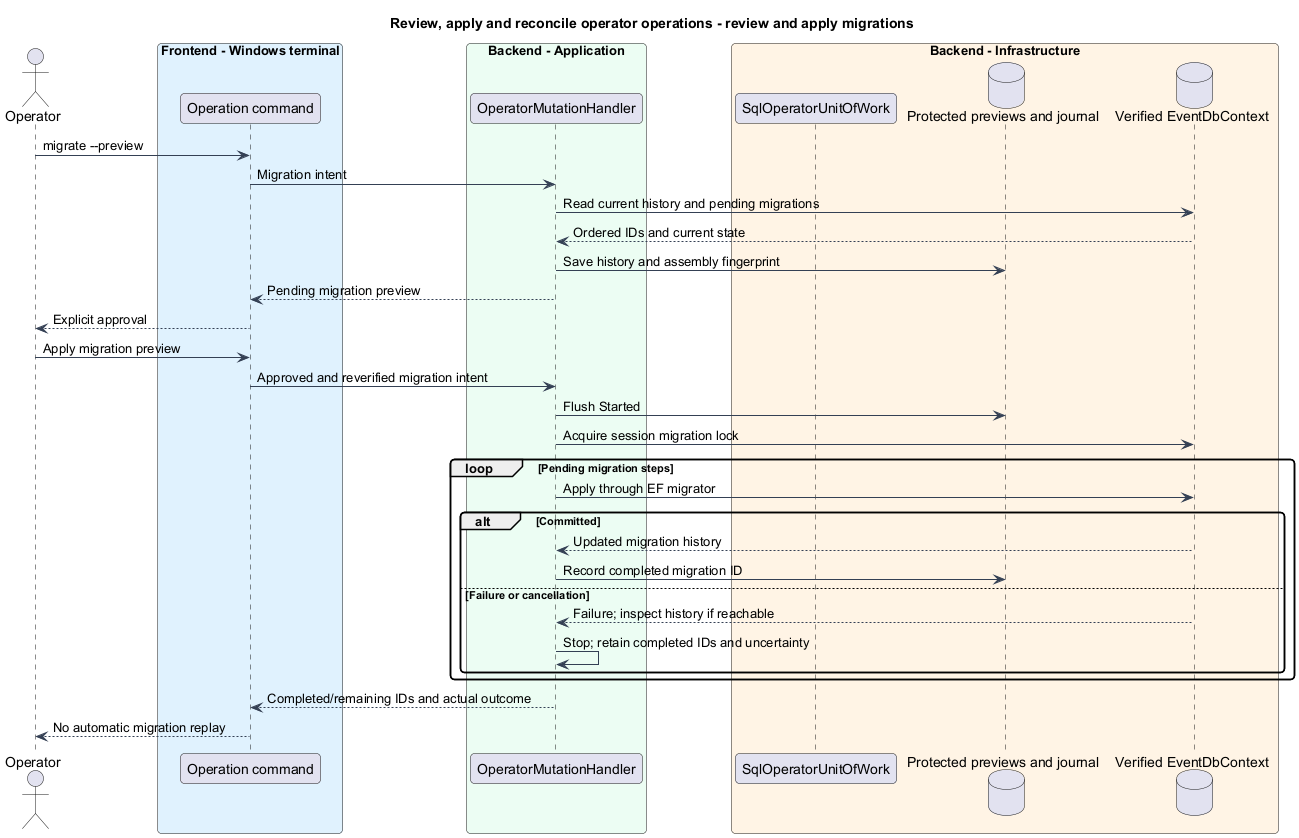
This is docs/detailed-designs/operations/review-and-reconcile-operations/diagrams/sequence-migrate.png from QuinntyneBrown/faithtech-toronto-ai-build-event, a PlantUML export, as it was before one commit.
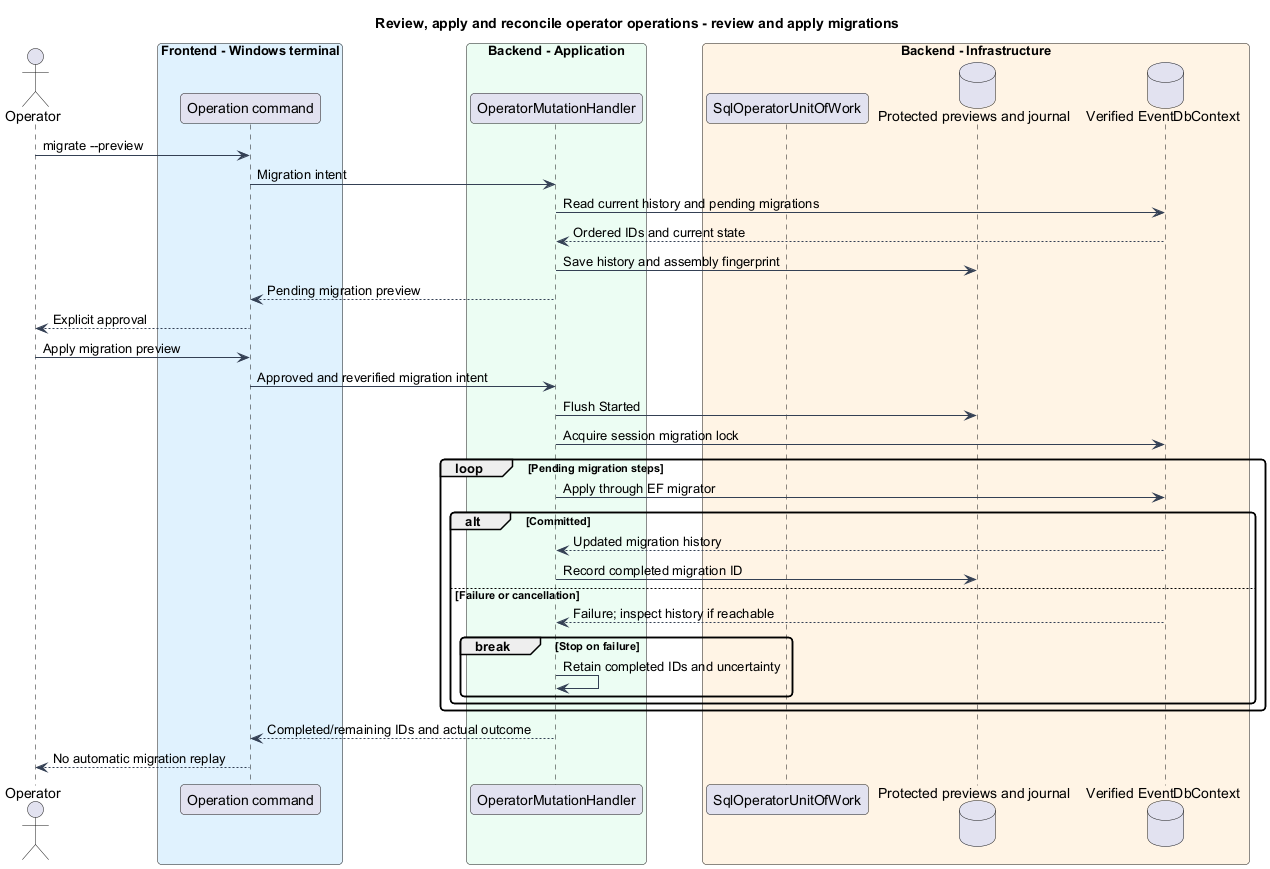
After the commit.

The edit, as a diff of the source:
```diff
@@ -40,7 +40,9 @@
 handler -> files : Record completed migration ID
 else Failure or cancellation
 db --> handler : Failure; inspect history if reachable
-handler -> handler : Stop; retain completed IDs and uncertainty
+break Stop on failure
+handler -> handler : Retain completed IDs and uncertainty
+end
 end
 end
 handler --> cli : Completed/remaining IDs and actual outcome
```
